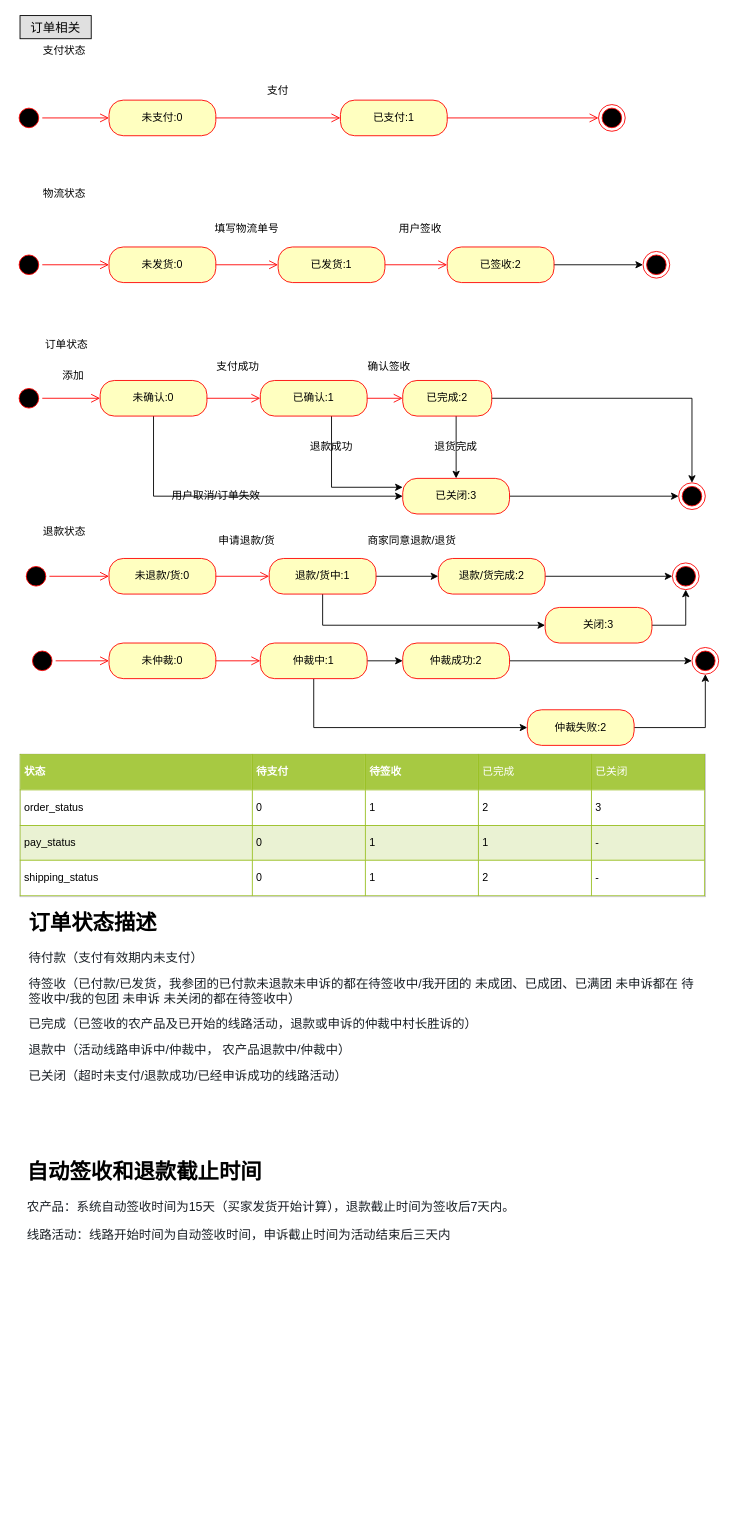
The draw.io diagram page "第 1 页" (1 of 7) of 码上趣.drawio in JhonShi/mashangqu, before the edit. Source tidied: cells renumbered, new cells numbered last; positions are measured from the earlier drawing's top-left corner, leaving out a move shared by most shapes. Both pictures are drawn from the tidied source at 89%, with x=0, y=0 at pixel (15, 15).
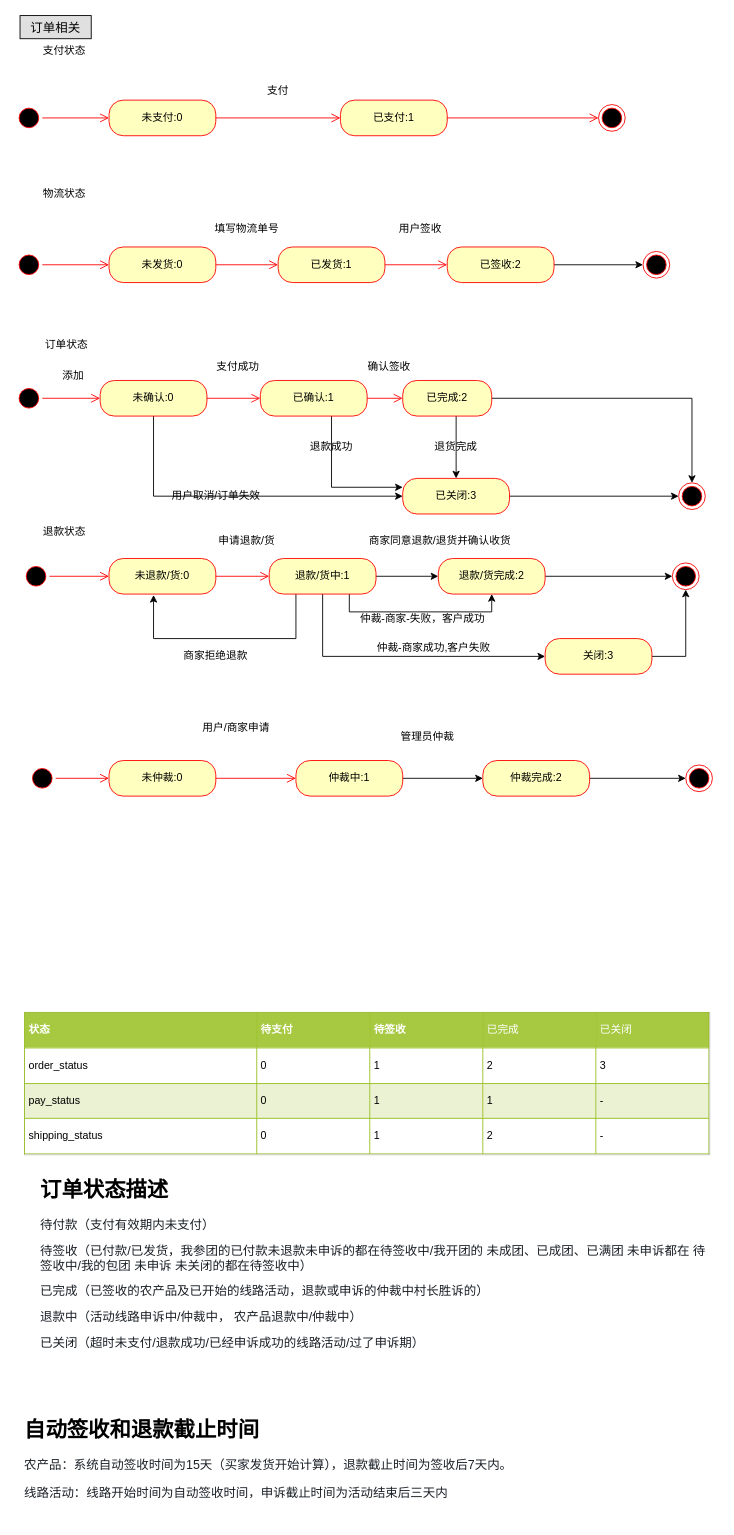
Above is the later version.

Unchanged cells that the change refers to:
```xml
<mxCell id="49" value="未退款/货:0" style="rounded=1;whiteSpace=wrap;html=1;arcSize=40;fontColor=#000000;fillColor=#ffffc0;strokeColor=#ff0000;" parent="1" vertex="1">
  <mxGeometry x="105" y="610" width="120" height="40" as="geometry" />
</mxCell>
<mxCell id="53" value="退款/货中:1" style="rounded=1;whiteSpace=wrap;html=1;arcSize=40;fontColor=#000000;fillColor=#ffffc0;strokeColor=#ff0000;" parent="1" vertex="1">
  <mxGeometry x="285" y="610" width="120" height="40" as="geometry" />
</mxCell>
<mxCell id="55" value="退款/货完成:2" style="rounded=1;whiteSpace=wrap;html=1;arcSize=40;fontColor=#000000;fillColor=#ffffc0;strokeColor=#ff0000;" parent="1" vertex="1">
  <mxGeometry x="475" y="610" width="120" height="40" as="geometry" />
</mxCell>
```

Change to the diagram source:
```diff
@@
     <mxCell id="45" value="&lt;table border=&quot;1&quot; width=&quot;100%&quot; cellpadding=&quot;4&quot; style=&quot;width: 100% ; height: 100% ; border-collapse: collapse&quot;&gt;&lt;tbody&gt;&lt;tr style=&quot;background-color: #a7c942 ; color: #ffffff ; border: 1px solid #98bf21&quot;&gt;&lt;th align=&quot;left&quot;&gt;状态&lt;/th&gt;&lt;th align=&quot;left&quot;&gt;待支付&lt;/th&gt;&lt;th align=&quot;left&quot;&gt;待签收&lt;/th&gt;&lt;td&gt;已完成&lt;/td&gt;&lt;td&gt;已关闭&lt;/td&gt;&lt;/tr&gt;&lt;tr style=&quot;border: 1px solid #98bf21&quot;&gt;&lt;td&gt;order_status&lt;/td&gt;&lt;td&gt;0&lt;/td&gt;&lt;td&gt;1&lt;/td&gt;&lt;td&gt;2&lt;/td&gt;&lt;td&gt;3&lt;/td&gt;&lt;/tr&gt;&lt;tr style=&quot;background-color: #eaf2d3 ; border: 1px solid #98bf21&quot;&gt;&lt;td&gt;pay_status&lt;/td&gt;&lt;td&gt;0&lt;/td&gt;&lt;td&gt;1&lt;/td&gt;&lt;td&gt;1&lt;/td&gt;&lt;td&gt;-&lt;/td&gt;&lt;/tr&gt;&lt;tr style=&quot;border: 1px solid #98bf21&quot;&gt;&lt;td&gt;shipping_status&lt;/td&gt;&lt;td&gt;0&lt;/td&gt;&lt;td&gt;1&lt;/td&gt;&lt;td&gt;2&lt;/td&gt;&lt;td&gt;-&lt;/td&gt;&lt;/tr&gt;&lt;/tbody&gt;&lt;/table&gt;" style="text;html=1;strokeColor=#c0c0c0;fillColor=#ffffff;overflow=fill;rounded=0;" parent="1" vertex="1">
-      <mxGeometry x="5" y="830" width="770" height="160" as="geometry" />
+      <mxGeometry x="10" y="1120" width="770" height="160" as="geometry" />
     </mxCell>
-    <mxCell id="46" value="&lt;h1&gt;订单状态描述&lt;/h1&gt;&lt;p&gt;&lt;span style=&quot;color: rgb(25 , 31 , 37) ; font-family: , , &amp;#34;pingfang sc&amp;#34; , &amp;#34;hiragino sans gb&amp;#34; , &amp;#34;segoe ui&amp;#34; , , &amp;#34;roboto&amp;#34; , &amp;#34;droid sans&amp;#34; , &amp;#34;helvetica neue&amp;#34; , sans-serif ; font-size: 14px ; white-space: pre-wrap ; background-color: rgb(255 , 255 , 255)&quot;&gt;待付款（支付有效期内未支付）&lt;/span&gt;&lt;/p&gt;&lt;p&gt;&lt;span style=&quot;color: rgb(25 , 31 , 37) ; font-family: , , &amp;#34;pingfang sc&amp;#34; , &amp;#34;hiragino sans gb&amp;#34; , &amp;#34;segoe ui&amp;#34; , , &amp;#34;roboto&amp;#34; , &amp;#34;droid sans&amp;#34; , &amp;#34;helvetica neue&amp;#34; , sans-serif ; font-size: 14px ; white-space: pre-wrap ; background-color: rgb(255 , 255 , 255)&quot;&gt;待签收（已付款/已发货，我参团的已付款未退款未申诉的都在待签收中/我开团的 未成团、已成团、已满团 未申诉都在 待签收中/&lt;/span&gt;&lt;span style=&quot;color: rgb(25 , 31 , 37) ; font-family: , , &amp;#34;pingfang sc&amp;#34; , &amp;#34;hiragino sans gb&amp;#34; , &amp;#34;segoe ui&amp;#34; , , &amp;#34;roboto&amp;#34; , &amp;#34;droid sans&amp;#34; , &amp;#34;helvetica neue&amp;#34; , sans-serif ; font-size: 14px ; white-space: pre-wrap ; background-color: rgb(255 , 255 , 255)&quot;&gt;我的包团 未申诉 未关闭的都在待签收中）  &lt;/span&gt;&lt;/p&gt;&lt;p&gt;&lt;span style=&quot;color: rgb(25 , 31 , 37) ; font-family: , , &amp;#34;pingfang sc&amp;#34; , &amp;#34;hiragino sans gb&amp;#34; , &amp;#34;segoe ui&amp;#34; , , &amp;#34;roboto&amp;#34; , &amp;#34;droid sans&amp;#34; , &amp;#34;helvetica neue&amp;#34; , sans-serif ; font-size: 14px ; white-space: pre-wrap ; background-color: rgb(255 , 255 , 255)&quot;&gt;已完成（&lt;/span&gt;&lt;span style=&quot;color: rgb(25 , 31 , 37) ; font-family: , , &amp;#34;pingfang sc&amp;#34; , &amp;#34;hiragino sans gb&amp;#34; , &amp;#34;segoe ui&amp;#34; , , &amp;#34;roboto&amp;#34; , &amp;#34;droid sans&amp;#34; , &amp;#34;helvetica neue&amp;#34; , sans-serif ; font-size: 14px ; white-space: pre-wrap ; background-color: rgb(255 , 255 , 255)&quot;&gt;已签收的农产品及已开始的线路活动，退款或申诉的仲裁中村长胜诉的&lt;/span&gt;&lt;span style=&quot;color: rgb(25 , 31 , 37) ; font-family: , , &amp;#34;pingfang sc&amp;#34; , &amp;#34;hiragino sans gb&amp;#34; , &amp;#34;segoe ui&amp;#34; , , &amp;#34;roboto&amp;#34; , &amp;#34;droid sans&amp;#34; , &amp;#34;helvetica neue&amp;#34; , sans-serif ; font-size: 14px ; white-space: pre-wrap ; background-color: rgb(255 , 255 , 255)&quot;&gt;）   &lt;/span&gt;&lt;/p&gt;&lt;p&gt;&lt;span style=&quot;color: rgb(25 , 31 , 37) ; font-family: , , &amp;#34;pingfang sc&amp;#34; , &amp;#34;hiragino sans gb&amp;#34; , &amp;#34;segoe ui&amp;#34; , , &amp;#34;roboto&amp;#34; , &amp;#34;droid sans&amp;#34; , &amp;#34;helvetica neue&amp;#34; , sans-serif ; font-size: 14px ; white-space: pre-wrap ; background-color: rgb(255 , 255 , 255)&quot;&gt;退款中（&lt;/span&gt;&lt;span style=&quot;color: rgb(25 , 31 , 37) ; font-family: , , &amp;#34;pingfang sc&amp;#34; , &amp;#34;hiragino sans gb&amp;#34; , &amp;#34;segoe ui&amp;#34; , , &amp;#34;roboto&amp;#34; , &amp;#34;droid sans&amp;#34; , &amp;#34;helvetica neue&amp;#34; , sans-serif ; font-size: 14px ; white-space: pre-wrap ; background-color: rgb(255 , 255 , 255)&quot;&gt;活动线路申诉中/仲裁中， 农产品退款中/仲裁中&lt;/span&gt;&lt;span style=&quot;color: rgb(25 , 31 , 37) ; font-family: , , &amp;#34;pingfang sc&amp;#34; , &amp;#34;hiragino sans gb&amp;#34; , &amp;#34;segoe ui&amp;#34; , , &amp;#34;roboto&amp;#34; , &amp;#34;droid sans&amp;#34; , &amp;#34;helvetica neue&amp;#34; , sans-serif ; font-size: 14px ; white-space: pre-wrap ; background-color: rgb(255 , 255 , 255)&quot;&gt;）&lt;/span&gt;&lt;/p&gt;&lt;p&gt;&lt;span style=&quot;color: rgb(25 , 31 , 37) ; font-family: , , &amp;#34;pingfang sc&amp;#34; , &amp;#34;hiragino sans gb&amp;#34; , &amp;#34;segoe ui&amp;#34; , , &amp;#34;roboto&amp;#34; , &amp;#34;droid sans&amp;#34; , &amp;#34;helvetica neue&amp;#34; , sans-serif ; font-size: 14px ; white-space: pre-wrap ; background-color: rgb(255 , 255 , 255)&quot;&gt;已关闭（&lt;/span&gt;&lt;span style=&quot;color: rgb(25 , 31 , 37) ; font-family: , , &amp;#34;pingfang sc&amp;#34; , &amp;#34;hiragino sans gb&amp;#34; , &amp;#34;segoe ui&amp;#34; , , &amp;#34;roboto&amp;#34; , &amp;#34;droid sans&amp;#34; , &amp;#34;helvetica neue&amp;#34; , sans-serif ; font-size: 14px ; white-space: pre-wrap ; background-color: rgb(255 , 255 , 255)&quot;&gt;超时未支付/退款成功/已经申诉成功的线路活动&lt;/span&gt;&lt;span style=&quot;color: rgb(25 , 31 , 37) ; font-family: , , &amp;#34;pingfang sc&amp;#34; , &amp;#34;hiragino sans gb&amp;#34; , &amp;#34;segoe ui&amp;#34; , , &amp;#34;roboto&amp;#34; , &amp;#34;droid sans&amp;#34; , &amp;#34;helvetica neue&amp;#34; , sans-serif ; font-size: 14px ; white-space: pre-wrap ; background-color: rgb(255 , 255 , 255)&quot;&gt;）&lt;/span&gt;&lt;br&gt;&lt;/p&gt;" style="text;html=1;strokeColor=none;fillColor=none;spacing=5;spacingTop=-20;whiteSpace=wrap;overflow=hidden;rounded=0;" parent="1" vertex="1">
-      <mxGeometry x="10" y="1000" width="760" height="230" as="geometry" />
+    <mxCell id="46" value="&lt;h1&gt;订单状态描述&lt;/h1&gt;&lt;p&gt;&lt;span style=&quot;color: rgb(25 , 31 , 37) ; font-family: , , &amp;#34;pingfang sc&amp;#34; , &amp;#34;hiragino sans gb&amp;#34; , &amp;#34;segoe ui&amp;#34; , , &amp;#34;roboto&amp;#34; , &amp;#34;droid sans&amp;#34; , &amp;#34;helvetica neue&amp;#34; , sans-serif ; font-size: 14px ; white-space: pre-wrap ; background-color: rgb(255 , 255 , 255)&quot;&gt;待付款（支付有效期内未支付）&lt;/span&gt;&lt;/p&gt;&lt;p&gt;&lt;span style=&quot;color: rgb(25 , 31 , 37) ; font-family: , , &amp;#34;pingfang sc&amp;#34; , &amp;#34;hiragino sans gb&amp;#34; , &amp;#34;segoe ui&amp;#34; , , &amp;#34;roboto&amp;#34; , &amp;#34;droid sans&amp;#34; , &amp;#34;helvetica neue&amp;#34; , sans-serif ; font-size: 14px ; white-space: pre-wrap ; background-color: rgb(255 , 255 , 255)&quot;&gt;待签收（已付款/已发货，我参团的已付款未退款未申诉的都在待签收中/我开团的 未成团、已成团、已满团 未申诉都在 待签收中/&lt;/span&gt;&lt;span style=&quot;color: rgb(25 , 31 , 37) ; font-family: , , &amp;#34;pingfang sc&amp;#34; , &amp;#34;hiragino sans gb&amp;#34; , &amp;#34;segoe ui&amp;#34; , , &amp;#34;roboto&amp;#34; , &amp;#34;droid sans&amp;#34; , &amp;#34;helvetica neue&amp;#34; , sans-serif ; font-size: 14px ; white-space: pre-wrap ; background-color: rgb(255 , 255 , 255)&quot;&gt;我的包团 未申诉 未关闭的都在待签收中）  &lt;/span&gt;&lt;/p&gt;&lt;p&gt;&lt;span style=&quot;color: rgb(25 , 31 , 37) ; font-family: , , &amp;#34;pingfang sc&amp;#34; , &amp;#34;hiragino sans gb&amp;#34; , &amp;#34;segoe ui&amp;#34; , , &amp;#34;roboto&amp;#34; , &amp;#34;droid sans&amp;#34; , &amp;#34;helvetica neue&amp;#34; , sans-serif ; font-size: 14px ; white-space: pre-wrap ; background-color: rgb(255 , 255 , 255)&quot;&gt;已完成（&lt;/span&gt;&lt;span style=&quot;color: rgb(25 , 31 , 37) ; font-family: , , &amp;#34;pingfang sc&amp;#34; , &amp;#34;hiragino sans gb&amp;#34; , &amp;#34;segoe ui&amp;#34; , , &amp;#34;roboto&amp;#34; , &amp;#34;droid sans&amp;#34; , &amp;#34;helvetica neue&amp;#34; , sans-serif ; font-size: 14px ; white-space: pre-wrap ; background-color: rgb(255 , 255 , 255)&quot;&gt;已签收的农产品及已开始的线路活动，退款或申诉的仲裁中村长胜诉的&lt;/span&gt;&lt;span style=&quot;color: rgb(25 , 31 , 37) ; font-family: , , &amp;#34;pingfang sc&amp;#34; , &amp;#34;hiragino sans gb&amp;#34; , &amp;#34;segoe ui&amp;#34; , , &amp;#34;roboto&amp;#34; , &amp;#34;droid sans&amp;#34; , &amp;#34;helvetica neue&amp;#34; , sans-serif ; font-size: 14px ; white-space: pre-wrap ; background-color: rgb(255 , 255 , 255)&quot;&gt;）   &lt;/span&gt;&lt;/p&gt;&lt;p&gt;&lt;span style=&quot;color: rgb(25 , 31 , 37) ; font-family: , , &amp;#34;pingfang sc&amp;#34; , &amp;#34;hiragino sans gb&amp;#34; , &amp;#34;segoe ui&amp;#34; , , &amp;#34;roboto&amp;#34; , &amp;#34;droid sans&amp;#34; , &amp;#34;helvetica neue&amp;#34; , sans-serif ; font-size: 14px ; white-space: pre-wrap ; background-color: rgb(255 , 255 , 255)&quot;&gt;退款中（&lt;/span&gt;&lt;span style=&quot;color: rgb(25 , 31 , 37) ; font-family: , , &amp;#34;pingfang sc&amp;#34; , &amp;#34;hiragino sans gb&amp;#34; , &amp;#34;segoe ui&amp;#34; , , &amp;#34;roboto&amp;#34; , &amp;#34;droid sans&amp;#34; , &amp;#34;helvetica neue&amp;#34; , sans-serif ; font-size: 14px ; white-space: pre-wrap ; background-color: rgb(255 , 255 , 255)&quot;&gt;活动线路申诉中/仲裁中， 农产品退款中/仲裁中&lt;/span&gt;&lt;span style=&quot;color: rgb(25 , 31 , 37) ; font-family: , , &amp;#34;pingfang sc&amp;#34; , &amp;#34;hiragino sans gb&amp;#34; , &amp;#34;segoe ui&amp;#34; , , &amp;#34;roboto&amp;#34; , &amp;#34;droid sans&amp;#34; , &amp;#34;helvetica neue&amp;#34; , sans-serif ; font-size: 14px ; white-space: pre-wrap ; background-color: rgb(255 , 255 , 255)&quot;&gt;）&lt;/span&gt;&lt;/p&gt;&lt;p&gt;&lt;span style=&quot;color: rgb(25 , 31 , 37) ; font-family: , , &amp;#34;pingfang sc&amp;#34; , &amp;#34;hiragino sans gb&amp;#34; , &amp;#34;segoe ui&amp;#34; , , &amp;#34;roboto&amp;#34; , &amp;#34;droid sans&amp;#34; , &amp;#34;helvetica neue&amp;#34; , sans-serif ; font-size: 14px ; white-space: pre-wrap ; background-color: rgb(255 , 255 , 255)&quot;&gt;已关闭（&lt;/span&gt;&lt;span style=&quot;color: rgb(25 , 31 , 37) ; font-family: , , &amp;#34;pingfang sc&amp;#34; , &amp;#34;hiragino sans gb&amp;#34; , &amp;#34;segoe ui&amp;#34; , , &amp;#34;roboto&amp;#34; , &amp;#34;droid sans&amp;#34; , &amp;#34;helvetica neue&amp;#34; , sans-serif ; font-size: 14px ; white-space: pre-wrap ; background-color: rgb(255 , 255 , 255)&quot;&gt;超时未支付/退款成功/已经申诉成功的线路活动/过了申诉期&lt;/span&gt;&lt;span style=&quot;color: rgb(25 , 31 , 37) ; font-family: , , &amp;#34;pingfang sc&amp;#34; , &amp;#34;hiragino sans gb&amp;#34; , &amp;#34;segoe ui&amp;#34; , , &amp;#34;roboto&amp;#34; , &amp;#34;droid sans&amp;#34; , &amp;#34;helvetica neue&amp;#34; , sans-serif ; font-size: 14px ; white-space: pre-wrap ; background-color: rgb(255 , 255 , 255)&quot;&gt;）&lt;/span&gt;&lt;br&gt;&lt;/p&gt;" style="text;html=1;strokeColor=none;fillColor=none;spacing=5;spacingTop=-20;whiteSpace=wrap;overflow=hidden;rounded=0;" parent="1" vertex="1">
+      <mxGeometry x="23" y="1300" width="760" height="230" as="geometry" />
     </mxCell>
@@
+    <mxCell id="75" style="edgeStyle=orthogonalEdgeStyle;rounded=0;jettySize=auto;html=1;entryX=0.5;entryY=1;entryDx=0;entryDy=0;strokeWidth=1;" parent="1" edge="1" source="53" target="55">
+      <mxGeometry relative="1" as="geometry">
+        <Array as="points">
+          <mxPoint x="375" y="670" />
+          <mxPoint x="535" y="670" />
+        </Array>
+      </mxGeometry>
+    </mxCell>
-    <mxCell id="52" style="edgeStyle=orthogonalEdgeStyle;rounded=0;jettySize=auto;html=1;entryX=0;entryY=0.5;entryDx=0;entryDy=0;" parent="1" edge="1" source="53" target="71">
+    <mxCell id="52" style="edgeStyle=orthogonalEdgeStyle;rounded=0;jettySize=auto;html=1;entryX=0;entryY=0.5;entryDx=0;entryDy=0;strokeWidth=1;" parent="1" edge="1" source="53" target="71">
       <mxGeometry relative="1" as="geometry">
         <Array as="points">
-          <mxPoint x="345" y="685" />
+          <mxPoint x="345" y="720" />
         </Array>
       </mxGeometry>
     </mxCell>
+    <mxCell id="76" style="edgeStyle=orthogonalEdgeStyle;rounded=0;jettySize=auto;html=1;entryX=0.417;entryY=1.025;entryDx=0;entryDy=0;entryPerimeter=0;strokeWidth=1;" parent="1" edge="1" source="53" target="49">
+      <mxGeometry relative="1" as="geometry">
+        <Array as="points">
+          <mxPoint x="315" y="700" />
+          <mxPoint x="155" y="700" />
+        </Array>
+      </mxGeometry>
+    </mxCell>
@@
-    <mxCell id="59" value="商家同意退款/退货" style="text;html=1;strokeColor=none;fillColor=none;align=center;verticalAlign=middle;whiteSpace=wrap;rounded=0;" parent="1" vertex="1">
-      <mxGeometry x="387.5" y="580" width="115" height="20" as="geometry" />
+    <mxCell id="59" value="商家同意退款/退货并确认收货" style="text;html=1;strokeColor=none;fillColor=none;align=center;verticalAlign=middle;whiteSpace=wrap;rounded=0;" parent="1" vertex="1">
+      <mxGeometry x="388" y="580" width="178" height="20" as="geometry" />
     </mxCell>
     <mxCell id="60" value="&lt;h1&gt;自动签收和退款截止时间&lt;/h1&gt;&lt;p&gt;&lt;span style=&quot;color: rgb(25 , 31 , 37) ; font-family: , , &amp;#34;pingfang sc&amp;#34; , &amp;#34;hiragino sans gb&amp;#34; , &amp;#34;segoe ui&amp;#34; , , &amp;#34;roboto&amp;#34; , &amp;#34;droid sans&amp;#34; , &amp;#34;helvetica neue&amp;#34; , sans-serif ; font-size: 14px ; white-space: pre-wrap ; background-color: rgb(255 , 255 , 255)&quot;&gt;农产品：系统自动签收时间为15天（买家发货开始计算），退款截止时间为签收后7天内。&lt;/span&gt;&lt;br style=&quot;box-sizing: border-box ; color: rgb(25 , 31 , 37) ; font-family: , , &amp;#34;pingfang sc&amp;#34; , &amp;#34;hiragino sans gb&amp;#34; , &amp;#34;segoe ui&amp;#34; , , &amp;#34;roboto&amp;#34; , &amp;#34;droid sans&amp;#34; , &amp;#34;helvetica neue&amp;#34; , sans-serif ; font-size: 14px ; white-space: pre-wrap ; background-color: rgb(255 , 255 , 255)&quot;&gt;&lt;br style=&quot;box-sizing: border-box ; color: rgb(25 , 31 , 37) ; font-family: , , &amp;#34;pingfang sc&amp;#34; , &amp;#34;hiragino sans gb&amp;#34; , &amp;#34;segoe ui&amp;#34; , , &amp;#34;roboto&amp;#34; , &amp;#34;droid sans&amp;#34; , &amp;#34;helvetica neue&amp;#34; , sans-serif ; font-size: 14px ; white-space: pre-wrap ; background-color: rgb(255 , 255 , 255)&quot;&gt;&lt;span style=&quot;color: rgb(25 , 31 , 37) ; font-family: , , &amp;#34;pingfang sc&amp;#34; , &amp;#34;hiragino sans gb&amp;#34; , &amp;#34;segoe ui&amp;#34; , , &amp;#34;roboto&amp;#34; , &amp;#34;droid sans&amp;#34; , &amp;#34;helvetica neue&amp;#34; , sans-serif ; font-size: 14px ; white-space: pre-wrap ; background-color: rgb(255 , 255 , 255)&quot;&gt;线路活动：线路开始时间为自动签收时间，申诉截止时间为活动结束后三天内&lt;/span&gt;&lt;br&gt;&lt;/p&gt;" style="text;html=1;strokeColor=none;fillColor=none;spacing=5;spacingTop=-20;whiteSpace=wrap;overflow=hidden;rounded=0;" parent="1" vertex="1">
-      <mxGeometry x="8" y="1280" width="740" height="120" as="geometry" />
+      <mxGeometry x="5" y="1570" width="740" height="120" as="geometry" />
     </mxCell>
     <mxCell id="61" style="ellipse;html=1;shape=startState;fillColor=#000000;strokeColor=#ff0000;" parent="1" vertex="1">
-      <mxGeometry x="15" y="710" width="30" height="30" as="geometry" />
+      <mxGeometry x="15" y="842" width="30" height="30" as="geometry" />
     </mxCell>
@@
     <mxCell id="63" value="未仲裁:0" style="rounded=1;whiteSpace=wrap;html=1;arcSize=40;fontColor=#000000;fillColor=#ffffc0;strokeColor=#ff0000;" parent="1" vertex="1">
-      <mxGeometry x="105" y="705" width="120" height="40" as="geometry" />
+      <mxGeometry x="105" y="837" width="120" height="40" as="geometry" />
     </mxCell>
@@
-    <mxCell id="66" style="edgeStyle=orthogonalEdgeStyle;rounded=0;jettySize=auto;html=1;entryX=0;entryY=0.5;entryDx=0;entryDy=0;" parent="1" edge="1" source="67" target="74">
-      <mxGeometry relative="1" as="geometry">
-        <Array as="points">
-          <mxPoint x="335" y="800" />
-        </Array>
-      </mxGeometry>
-    </mxCell>
     <mxCell id="67" value="仲裁中:1" style="rounded=1;whiteSpace=wrap;html=1;arcSize=40;fontColor=#000000;fillColor=#ffffc0;strokeColor=#ff0000;" parent="1" vertex="1">
-      <mxGeometry x="275" y="705" width="120" height="40" as="geometry" />
+      <mxGeometry x="315" y="837" width="120" height="40" as="geometry" />
     </mxCell>
@@
-    <mxCell id="69" value="仲裁成功:2" style="rounded=1;whiteSpace=wrap;html=1;arcSize=40;fontColor=#000000;fillColor=#ffffc0;strokeColor=#ff0000;" parent="1" vertex="1">
-      <mxGeometry x="435" y="705" width="120" height="40" as="geometry" />
+    <mxCell id="69" value="仲裁完成:2" style="rounded=1;whiteSpace=wrap;html=1;arcSize=40;fontColor=#000000;fillColor=#ffffc0;strokeColor=#ff0000;" parent="1" vertex="1">
+      <mxGeometry x="525" y="837" width="120" height="40" as="geometry" />
     </mxCell>
@@
     <mxCell id="71" value="关闭:3" style="rounded=1;whiteSpace=wrap;html=1;arcSize=40;fontColor=#000000;fillColor=#ffffc0;strokeColor=#ff0000;" parent="1" vertex="1">
-      <mxGeometry x="595" y="665" width="120" height="40" as="geometry" />
+      <mxGeometry x="595" y="700" width="120" height="40" as="geometry" />
     </mxCell>
     <mxCell id="72" style="ellipse;html=1;shape=endState;fillColor=#000000;strokeColor=#ff0000;" parent="1" vertex="1">
-      <mxGeometry x="760" y="710" width="30" height="30" as="geometry" />
+      <mxGeometry x="753" y="842" width="30" height="30" as="geometry" />
     </mxCell>
-    <mxCell id="73" style="edgeStyle=orthogonalEdgeStyle;rounded=0;jettySize=auto;html=1;entryX=0.5;entryY=1;entryDx=0;entryDy=0;" parent="1" edge="1" source="74" target="72">
-      <mxGeometry relative="1" as="geometry" />
-    </mxCell>
-    <mxCell id="74" value="仲裁失败:2" style="rounded=1;whiteSpace=wrap;html=1;arcSize=40;fontColor=#000000;fillColor=#ffffc0;strokeColor=#ff0000;" parent="1" vertex="1">
-      <mxGeometry x="575" y="780" width="120" height="40" as="geometry" />
-    </mxCell>
+    <mxCell id="77" value="仲裁-商家-失败，客户成功" style="text;html=1;strokeColor=none;fillColor=none;align=center;verticalAlign=middle;whiteSpace=wrap;rounded=0;" parent="1" vertex="1">
+      <mxGeometry x="380" y="668" width="155" height="20" as="geometry" />
+    </mxCell>
+    <mxCell id="78" value="仲裁-商家成功,客户失败" style="text;html=1;strokeColor=none;fillColor=none;align=center;verticalAlign=middle;whiteSpace=wrap;rounded=0;" parent="1" vertex="1">
+      <mxGeometry x="395" y="700" width="150" height="20" as="geometry" />
+    </mxCell>
+    <mxCell id="79" value="商家拒绝退款" style="text;html=1;strokeColor=none;fillColor=none;align=center;verticalAlign=middle;whiteSpace=wrap;rounded=0;" parent="1" vertex="1">
+      <mxGeometry x="150" y="710" width="150" height="20" as="geometry" />
+    </mxCell>
+    <mxCell id="80" value="用户/商家申请" style="text;html=1;strokeColor=none;fillColor=none;align=center;verticalAlign=middle;whiteSpace=wrap;rounded=0;" parent="1" vertex="1">
+      <mxGeometry x="172.5" y="790" width="150" height="20" as="geometry" />
+    </mxCell>
+    <mxCell id="81" value="管理员仲裁" style="text;html=1;strokeColor=none;fillColor=none;align=center;verticalAlign=middle;whiteSpace=wrap;rounded=0;" parent="1" vertex="1">
+      <mxGeometry x="388" y="800" width="150" height="20" as="geometry" />
+    </mxCell>
```
